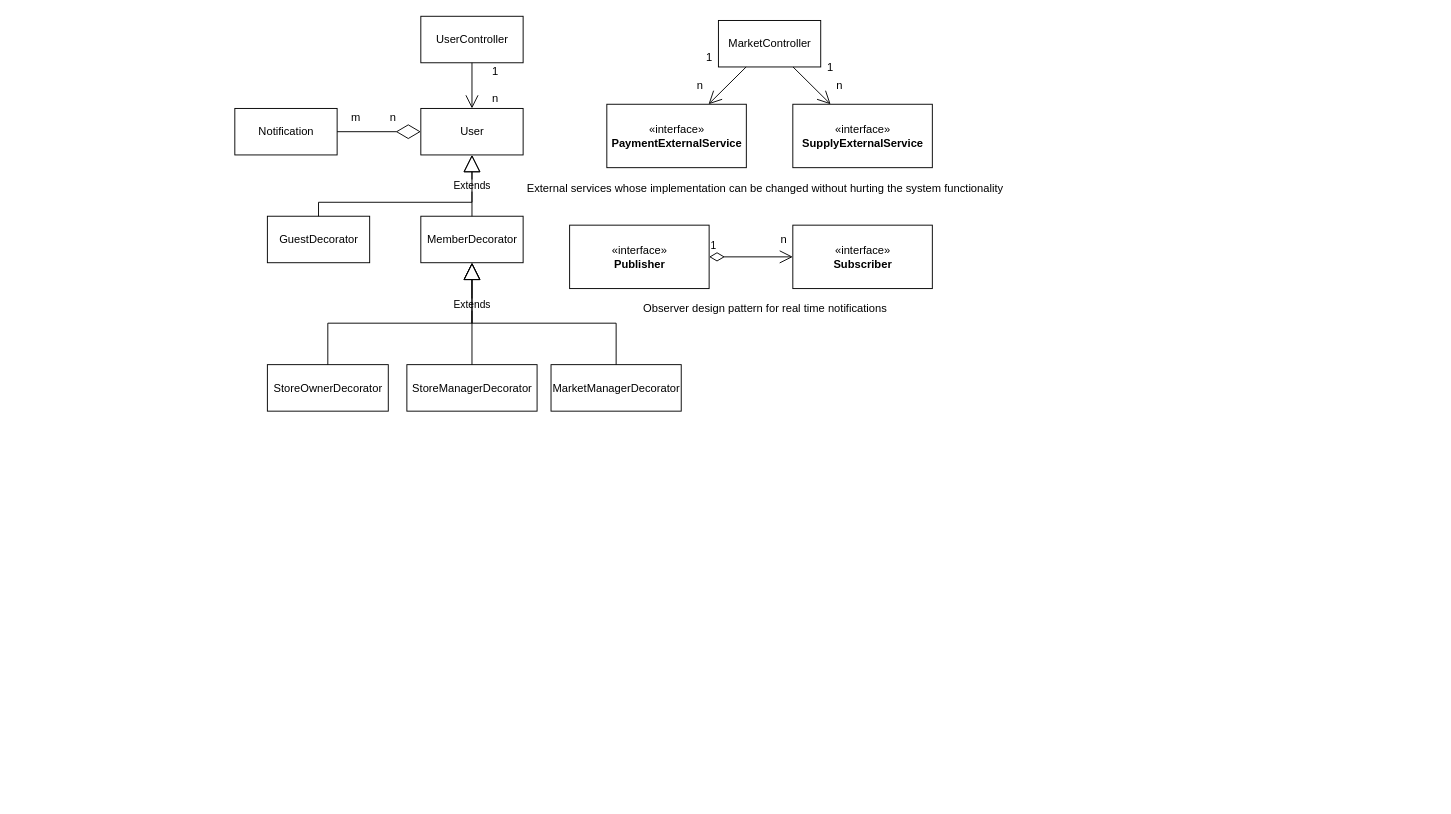
Before: page "White Diagram" (1 of 2) of Workshop.drawio in itaitzruia4/Workshop, a draw.io diagram. Source tidied: cells renumbered, new cells numbered last; positions are measured from the earlier drawing's top-left corner, leaving out a move shared by most shapes. Both pictures are drawn from the tidied source at 93%, with x=0, y=0 at pixel (234, 16).
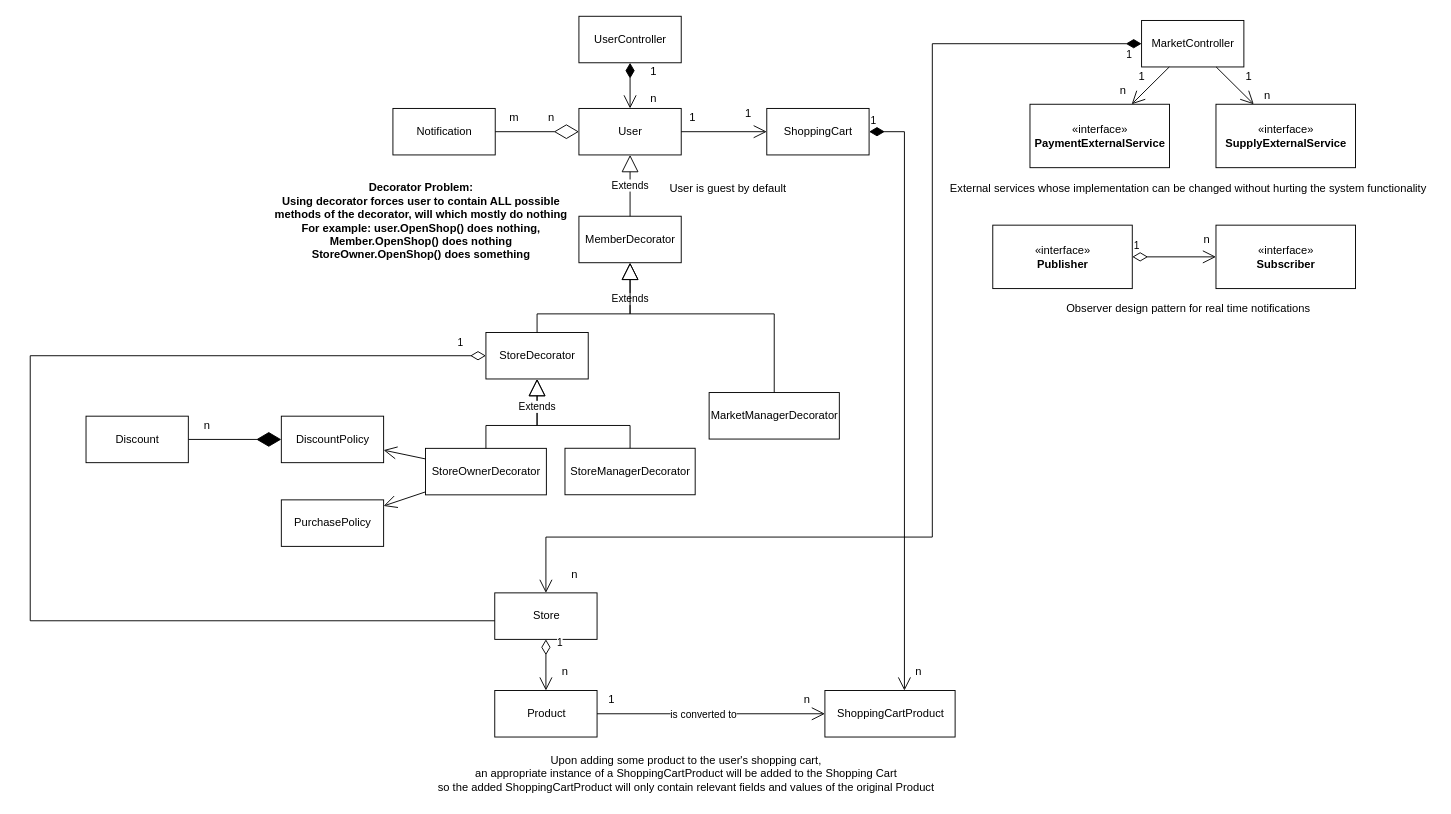
Above is the later version.

Commit message:
added shopping carts, products, stores, StoreDecorator to white diagram

The edit, as a diff of the source:
```diff
@@
     <mxCell id="2" value="«interface»&lt;br&gt;&lt;b&gt;PaymentExternalService&lt;/b&gt;" style="html=1;" parent="1" vertex="1">
-      <mxGeometry x="400" y="94.6" width="150" height="68.2" as="geometry" />
+      <mxGeometry x="855" y="94.6" width="150" height="68.2" as="geometry" />
     </mxCell>
     <mxCell id="3" value="«interface»&lt;br&gt;&lt;b&gt;SupplyExternalService&lt;/b&gt;" style="html=1;" parent="1" vertex="1">
-      <mxGeometry x="600" y="94.6" width="150" height="68.2" as="geometry" />
+      <mxGeometry x="1055" y="94.6" width="150" height="68.2" as="geometry" />
     </mxCell>
     <mxCell id="4" value="«interface»&lt;br&gt;&lt;b&gt;Publisher&lt;/b&gt;" style="html=1;" parent="1" vertex="1">
-      <mxGeometry x="360" y="224.6" width="150" height="68.2" as="geometry" />
+      <mxGeometry x="815" y="224.6" width="150" height="68.2" as="geometry" />
     </mxCell>
     <mxCell id="5" value="«interface»&lt;br&gt;&lt;b&gt;Subscriber&lt;/b&gt;" style="html=1;" parent="1" vertex="1">
-      <mxGeometry x="600" y="224.6" width="150" height="68.2" as="geometry" />
+      <mxGeometry x="1055" y="224.6" width="150" height="68.2" as="geometry" />
     </mxCell>
     <mxCell id="6" value="Observer design pattern for real time notifications" style="text;html=1;align=center;verticalAlign=middle;strokeColor=none;fillColor=none;" parent="1" vertex="1">
-      <mxGeometry x="430" y="304.6" width="280" height="20" as="geometry" />
+      <mxGeometry x="885" y="304.6" width="280" height="20" as="geometry" />
     </mxCell>
     <mxCell id="7" value="External services whose implementation can be changed without hurting the system functionality" style="text;html=1;align=center;verticalAlign=middle;strokeColor=none;fillColor=none;" parent="1" vertex="1">
-      <mxGeometry x="305" y="174.6" width="530" height="20" as="geometry" />
+      <mxGeometry x="760" y="174.6" width="530" height="20" as="geometry" />
     </mxCell>
     <mxCell id="8" value="UserController" style="html=1;" parent="1" vertex="1">
-      <mxGeometry x="200" width="110" height="50" as="geometry" />
+      <mxGeometry x="370" width="110" height="50" as="geometry" />
     </mxCell>
     <mxCell id="9" value="MarketController" style="html=1;" parent="1" vertex="1">
-      <mxGeometry x="520" y="4.5" width="110" height="50" as="geometry" />
+      <mxGeometry x="975" y="4.5" width="110" height="50" as="geometry" />
     </mxCell>
     <mxCell id="10" value="Notification" style="html=1;" parent="1" vertex="1">
-      <mxGeometry y="99.1" width="110" height="50" as="geometry" />
+      <mxGeometry x="170" y="99.1" width="110" height="50" as="geometry" />
     </mxCell>
     <mxCell id="11" value="User" style="html=1;" parent="1" vertex="1">
-      <mxGeometry x="200" y="99.1" width="110" height="50" as="geometry" />
+      <mxGeometry x="370" y="99.1" width="110" height="50" as="geometry" />
     </mxCell>
@@
     <mxCell id="13" value="n" style="text;html=1;align=center;verticalAlign=middle;strokeColor=none;fillColor=none;" parent="1" vertex="1">
-      <mxGeometry x="160" y="99.1" width="20" height="20" as="geometry" />
+      <mxGeometry x="330" y="99.1" width="20" height="20" as="geometry" />
     </mxCell>
     <mxCell id="14" value="m" style="text;html=1;align=center;verticalAlign=middle;strokeColor=none;fillColor=none;" parent="1" vertex="1">
-      <mxGeometry x="115" y="99.1" width="30" height="20" as="geometry" />
+      <mxGeometry x="285" y="99.1" width="30" height="20" as="geometry" />
     </mxCell>
@@
     <mxCell id="17" value="1" style="text;html=1;align=center;verticalAlign=middle;strokeColor=none;fillColor=none;" parent="1" vertex="1">
-      <mxGeometry x="500" y="34.5" width="20" height="20" as="geometry" />
+      <mxGeometry x="965" y="54.5" width="20" height="20" as="geometry" />
     </mxCell>
     <mxCell id="18" value="n" style="text;html=1;align=center;verticalAlign=middle;strokeColor=none;fillColor=none;" parent="1" vertex="1">
-      <mxGeometry x="490" y="64.5" width="20" height="20" as="geometry" />
+      <mxGeometry x="945" y="70" width="20" height="20" as="geometry" />
     </mxCell>
     <mxCell id="19" value="n" style="text;html=1;align=center;verticalAlign=middle;strokeColor=none;fillColor=none;" parent="1" vertex="1">
-      <mxGeometry x="640" y="64.5" width="20" height="20" as="geometry" />
+      <mxGeometry x="1100" y="74.5" width="20" height="20" as="geometry" />
     </mxCell>
     <mxCell id="20" value="1" style="text;html=1;align=center;verticalAlign=middle;strokeColor=none;fillColor=none;" parent="1" vertex="1">
-      <mxGeometry x="630" y="44.5" width="20" height="20" as="geometry" />
+      <mxGeometry x="1080" y="54.5" width="20" height="20" as="geometry" />
     </mxCell>
@@
     <mxCell id="22" value="n" style="text;html=1;align=center;verticalAlign=middle;strokeColor=none;fillColor=none;" parent="1" vertex="1">
-      <mxGeometry x="580" y="230" width="20" height="20" as="geometry" />
+      <mxGeometry x="1035" y="230" width="20" height="20" as="geometry" />
     </mxCell>
-    <mxCell id="23" style="endArrow=open;endFill=1;endSize=12;html=1;rounded=0;" parent="1" edge="1" source="8" target="11">
-      <mxGeometry relative="1" as="geometry" />
-    </mxCell>
-    <mxCell id="24" value="1" style="text;html=1;align=center;verticalAlign=middle;strokeColor=none;fillColor=none;" parent="1" vertex="1">
-      <mxGeometry x="270" y="50" width="20" height="20" as="geometry" />
-    </mxCell>
     <mxCell id="25" value="n" style="text;html=1;align=center;verticalAlign=middle;strokeColor=none;fillColor=none;" parent="1" vertex="1">
-      <mxGeometry x="270" y="79.1" width="20" height="20" as="geometry" />
+      <mxGeometry x="440" y="79.1" width="20" height="20" as="geometry" />
     </mxCell>
-    <mxCell id="26" value="GuestDecorator" style="html=1;" parent="1" vertex="1">
-      <mxGeometry x="35" y="215" width="110" height="50" as="geometry" />
-    </mxCell>
     <mxCell id="27" value="MemberDecorator" style="html=1;" parent="1" vertex="1">
-      <mxGeometry x="200" y="215" width="110" height="50" as="geometry" />
+      <mxGeometry x="370" y="215" width="110" height="50" as="geometry" />
     </mxCell>
     <mxCell id="28" value="StoreOwnerDecorator" style="html=1;" parent="1" vertex="1">
-      <mxGeometry x="35" y="374.6" width="130" height="50" as="geometry" />
+      <mxGeometry x="205" y="464.6" width="130" height="50" as="geometry" />
     </mxCell>
     <mxCell id="29" value="StoreManagerDecorator" style="html=1;" parent="1" vertex="1">
-      <mxGeometry x="185" y="374.6" width="140" height="50" as="geometry" />
+      <mxGeometry x="355" y="464.5" width="140" height="50" as="geometry" />
     </mxCell>
     <mxCell id="30" value="MarketManagerDecorator" style="html=1;" parent="1" vertex="1">
-      <mxGeometry x="340" y="374.6" width="140" height="50" as="geometry" />
+      <mxGeometry x="510" y="404.6" width="140" height="50" as="geometry" />
     </mxCell>
@@
-    <mxCell id="32" style="endArrow=block;endSize=16;endFill=0;html=1;rounded=0;edgeStyle=orthogonalEdgeStyle;" parent="1" edge="1" source="26" target="11">
-      <mxGeometry x="-0.78" y="91" relative="1" as="geometry">
-        <Array as="points">
-          <mxPoint x="90" y="200" />
-          <mxPoint x="255" y="200" />
-        </Array>
-        <mxPoint x="-90" y="81" as="offset" />
-      </mxGeometry>
-    </mxCell>
     <mxCell id="33" value="Extends" style="endArrow=block;endSize=16;endFill=0;html=1;rounded=0;edgeStyle=orthogonalEdgeStyle;" parent="1" edge="1" source="30" target="27">
-      <mxGeometry x="0.66" relative="1" as="geometry">
+      <mxGeometry x="0.74" relative="1" as="geometry">
         <Array as="points">
-          <mxPoint x="410" y="330" />
-          <mxPoint x="255" y="330" />
+          <mxPoint x="580" y="320" />
+          <mxPoint x="425" y="320" />
         </Array>
       </mxGeometry>
     </mxCell>
-    <mxCell id="34" style="endArrow=block;endSize=16;endFill=0;html=1;rounded=0;edgeStyle=orthogonalEdgeStyle;" parent="1" edge="1" source="28" target="27">
+    <mxCell id="34" style="endArrow=block;endSize=16;endFill=0;html=1;rounded=0;edgeStyle=orthogonalEdgeStyle;" parent="1" edge="1" source="28" target="65">
       <mxGeometry x="-0.78" y="91" relative="1" as="geometry">
         <Array as="points">
-          <mxPoint x="100" y="330" />
-          <mxPoint x="255" y="330" />
+          <mxPoint x="270" y="440" />
+          <mxPoint x="325" y="440" />
         </Array>
         <mxPoint x="-90" y="81" as="offset" />
       </mxGeometry>
     </mxCell>
-    <mxCell id="35" style="endArrow=block;endSize=16;endFill=0;html=1;rounded=0;edgeStyle=orthogonalEdgeStyle;" parent="1" edge="1" source="29" target="27">
-      <mxGeometry x="-0.78" y="91" relative="1" as="geometry">
-        <Array as="points">
-          <mxPoint x="255" y="300" />
-          <mxPoint x="255" y="300" />
-        </Array>
-        <mxPoint x="-90" y="81" as="offset" />
-      </mxGeometry>
-    </mxCell>
+    <mxCell id="36" value="ShoppingCart" style="html=1;" parent="1" vertex="1">
+      <mxGeometry x="572" y="99.1" width="110" height="50" as="geometry" />
+    </mxCell>
+    <mxCell id="37" style="endArrow=open;endFill=1;endSize=12;html=1;rounded=0;" parent="1" edge="1" source="11" target="36">
+      <mxGeometry relative="1" as="geometry" />
+    </mxCell>
+    <mxCell id="38" value="1" style="text;html=1;align=center;verticalAlign=middle;strokeColor=none;fillColor=none;" parent="1" vertex="1">
+      <mxGeometry x="482" y="99.1" width="20" height="20" as="geometry" />
+    </mxCell>
+    <mxCell id="39" value="1" style="text;html=1;align=center;verticalAlign=middle;strokeColor=none;fillColor=none;" parent="1" vertex="1">
+      <mxGeometry x="542" y="94.6" width="20" height="20" as="geometry" />
+    </mxCell>
+    <mxCell id="40" value="Store" style="html=1;" parent="1" vertex="1">
+      <mxGeometry x="279.5" y="620" width="110" height="50" as="geometry" />
+    </mxCell>
+    <mxCell id="41" value="Product" style="html=1;" parent="1" vertex="1">
+      <mxGeometry x="279.5" y="725" width="110" height="50" as="geometry" />
+    </mxCell>
+    <mxCell id="42" value="1" style="endArrow=open;html=1;endSize=12;startArrow=diamondThin;startSize=14;startFill=0;edgeStyle=orthogonalEdgeStyle;align=left;verticalAlign=bottom;rounded=0;" parent="1" edge="1" source="40" target="41">
+      <mxGeometry x="-0.52" y="10" relative="1" as="geometry" />
+    </mxCell>
+    <mxCell id="43" value="n" style="text;html=1;align=center;verticalAlign=middle;strokeColor=none;fillColor=none;" parent="1" vertex="1">
+      <mxGeometry x="344.5" y="695" width="20" height="20" as="geometry" />
+    </mxCell>
+    <mxCell id="44" value="1" style="endArrow=open;html=1;endSize=12;startArrow=diamondThin;startSize=14;startFill=1;edgeStyle=orthogonalEdgeStyle;align=left;verticalAlign=bottom;rounded=0;" parent="1" edge="1" source="9" target="40">
+      <mxGeometry x="-0.97" y="20" relative="1" as="geometry">
+        <Array as="points">
+          <mxPoint x="750" y="30" />
+          <mxPoint x="750" y="560" />
+        </Array>
+      </mxGeometry>
+    </mxCell>
+    <mxCell id="45" value="n" style="text;html=1;align=center;verticalAlign=middle;strokeColor=none;fillColor=none;" parent="1" vertex="1">
+      <mxGeometry x="355" y="590" width="20" height="20" as="geometry" />
+    </mxCell>
+    <mxCell id="46" value="1" style="endArrow=open;html=1;endSize=12;startArrow=diamondThin;startSize=14;startFill=1;edgeStyle=orthogonalEdgeStyle;align=left;verticalAlign=bottom;rounded=0;" parent="1" edge="1" source="36" target="48">
+      <mxGeometry x="-1" y="3" relative="1" as="geometry">
+        <Array as="points">
+          <mxPoint x="720" y="124" />
+        </Array>
+      </mxGeometry>
+    </mxCell>
+    <mxCell id="47" value="n" style="text;html=1;align=center;verticalAlign=middle;strokeColor=none;fillColor=none;" parent="1" vertex="1">
+      <mxGeometry x="724.5" y="695" width="20" height="20" as="geometry" />
+    </mxCell>
+    <mxCell id="23" style="endArrow=open;html=1;endSize=12;startArrow=diamondThin;startSize=14;startFill=1;edgeStyle=orthogonalEdgeStyle;align=left;verticalAlign=bottom;rounded=0;" parent="1" edge="1" source="8" target="11">
+      <mxGeometry x="-1" y="165" relative="1" as="geometry">
+        <mxPoint y="-10" as="offset" />
+      </mxGeometry>
+    </mxCell>
+    <mxCell id="48" value="ShoppingCartProduct" style="html=1;" parent="1" vertex="1">
+      <mxGeometry x="634.5" y="725" width="140" height="50" as="geometry" />
+    </mxCell>
+    <mxCell id="49" style="endArrow=open;endFill=1;endSize=12;html=1;rounded=0;" parent="1" edge="1" source="41" target="48">
+      <mxGeometry relative="1" as="geometry" />
+    </mxCell>
+    <mxCell id="50" value="is converted to" style="edgeLabel;html=1;align=center;verticalAlign=middle;" parent="49" vertex="1">
+      <mxGeometry x="-0.18" y="1" relative="1" as="geometry">
+        <mxPoint x="14" y="1" as="offset" />
+      </mxGeometry>
+    </mxCell>
+    <mxCell id="51" value="1" style="text;html=1;align=center;verticalAlign=middle;strokeColor=none;fillColor=none;" parent="1" vertex="1">
+      <mxGeometry x="394.5" y="725" width="20" height="20" as="geometry" />
+    </mxCell>
+    <mxCell id="52" value="n" style="text;html=1;align=center;verticalAlign=middle;strokeColor=none;fillColor=none;" parent="1" vertex="1">
+      <mxGeometry x="604.5" y="725" width="20" height="20" as="geometry" />
+    </mxCell>
+    <mxCell id="53" value="Upon adding some product to the user's shopping cart,&lt;br&gt;an appropriate instance of a ShoppingCartProduct will be added to the Shopping Cart&lt;br&gt;so the added ShoppingCartProduct will only contain relevant fields and values of the original Product" style="text;html=1;align=center;verticalAlign=middle;strokeColor=none;fillColor=none;" parent="1" vertex="1">
+      <mxGeometry x="209.5" y="790" width="550" height="50" as="geometry" />
+    </mxCell>
+    <mxCell id="54" value="User is guest by default" style="text;html=1;align=center;verticalAlign=middle;strokeColor=none;fillColor=none;" parent="1" vertex="1">
+      <mxGeometry x="460" y="174.6" width="140" height="20" as="geometry" />
+    </mxCell>
+    <mxCell id="55" value="1" style="endArrow=none;html=1;endSize=12;startArrow=diamondThin;startSize=14;startFill=0;edgeStyle=orthogonalEdgeStyle;align=left;verticalAlign=bottom;rounded=0;endFill=0;" parent="1" edge="1" source="65" target="40">
+      <mxGeometry x="-0.95" y="-5" relative="1" as="geometry">
+        <Array as="points">
+          <mxPoint x="-220" y="365" />
+          <mxPoint x="-220" y="650" />
+        </Array>
+      </mxGeometry>
+    </mxCell>
+    <mxCell id="56" value="1" style="text;html=1;align=center;verticalAlign=middle;strokeColor=none;fillColor=none;" parent="1" vertex="1">
+      <mxGeometry x="440" y="50" width="20" height="20" as="geometry" />
+    </mxCell>
+    <mxCell id="57" value="&lt;b&gt;Decorator Problem:&lt;br&gt;Using decorator forces user to contain ALL possible&lt;br&gt;methods of the decorator, will which mostly do nothing&lt;br&gt;For example: user.OpenShop() does nothing, &lt;br&gt;Member.OpenShop() does nothing&lt;br&gt;StoreOwner.OpenShop() does something&lt;/b&gt;" style="text;html=1;align=center;verticalAlign=middle;strokeColor=none;fillColor=none;" parent="1" vertex="1">
+      <mxGeometry x="35" y="174.6" width="330" height="90" as="geometry" />
+    </mxCell>
+    <mxCell id="58" value="DiscountPolicy" style="html=1;" parent="1" vertex="1">
+      <mxGeometry x="50" y="430" width="110" height="50" as="geometry" />
+    </mxCell>
+    <mxCell id="59" value="PurchasePolicy" style="html=1;" parent="1" vertex="1">
+      <mxGeometry x="50" y="520" width="110" height="50" as="geometry" />
+    </mxCell>
+    <mxCell id="60" style="endArrow=open;endFill=1;endSize=12;html=1;rounded=0;" parent="1" edge="1" source="28" target="58">
+      <mxGeometry relative="1" as="geometry" />
+    </mxCell>
+    <mxCell id="61" style="endArrow=open;endFill=1;endSize=12;html=1;rounded=0;" parent="1" edge="1" source="28" target="59">
+      <mxGeometry relative="1" as="geometry" />
+    </mxCell>
+    <mxCell id="62" style="endArrow=diamondThin;endFill=1;endSize=24;html=1;rounded=0;" parent="1" edge="1" source="63" target="58">
+      <mxGeometry relative="1" as="geometry" />
+    </mxCell>
+    <mxCell id="63" value="Discount" style="html=1;" parent="1" vertex="1">
+      <mxGeometry x="-160" y="430" width="110" height="50" as="geometry" />
+    </mxCell>
+    <mxCell id="64" value="n" style="text;html=1;align=center;verticalAlign=middle;strokeColor=none;fillColor=none;" parent="1" vertex="1">
+      <mxGeometry x="-40" y="430" width="20" height="20" as="geometry" />
+    </mxCell>
+    <mxCell id="65" value="StoreDecorator" style="html=1;" parent="1" vertex="1">
+      <mxGeometry x="270" y="340" width="110" height="50" as="geometry" />
+    </mxCell>
+    <mxCell id="66" style="endArrow=block;endSize=16;endFill=0;html=1;rounded=0;edgeStyle=orthogonalEdgeStyle;" parent="1" edge="1" source="65" target="27">
+      <mxGeometry x="-0.78" y="91" relative="1" as="geometry">
+        <Array as="points">
+          <mxPoint x="325" y="320" />
+          <mxPoint x="425" y="320" />
+        </Array>
+        <mxPoint x="-90" y="81" as="offset" />
+      </mxGeometry>
+    </mxCell>
+    <mxCell id="67" value="Extends" style="endArrow=block;endSize=16;endFill=0;html=1;rounded=0;edgeStyle=orthogonalEdgeStyle;" parent="1" edge="1" source="29" target="65">
+      <mxGeometry x="0.66" relative="1" as="geometry">
+        <Array as="points">
+          <mxPoint x="425" y="440" />
+          <mxPoint x="325" y="440" />
+        </Array>
+      </mxGeometry>
+    </mxCell>
```
